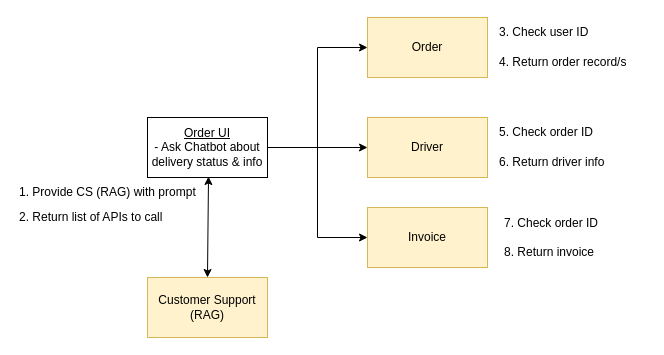
Above: diagrams/CustomerSupport.drawio in darkliyznyanlin910/esd-2425T2 (draw.io), before the change. Source tidied: cells renumbered, new cells numbered last; positions are measured from the earlier drawing's top-left corner, leaving out a move shared by most shapes. Both pictures are drawn from the tidied source at 100%, with x=0, y=0 at pixel (17, 17).
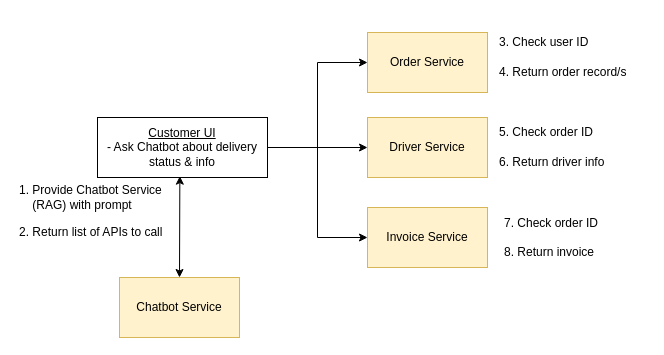
The same diagram, later.

What changed in the source:
```diff
@@
 <mxGraphModel>
   <root>
     <mxCell id="0" />
     <mxCell id="1" parent="0" />
     <mxCell id="2" style="edgeStyle=orthogonalEdgeStyle;rounded=0;jettySize=auto;html=1;exitX=1;exitY=0.5;exitDx=0;exitDy=0;entryX=0;entryY=0.5;entryDx=0;entryDy=0;" parent="1" edge="1" source="4" target="8">
       <mxGeometry relative="1" as="geometry" />
     </mxCell>
     <mxCell id="3" style="edgeStyle=orthogonalEdgeStyle;rounded=0;jettySize=auto;html=1;exitX=1;exitY=0.5;exitDx=0;exitDy=0;entryX=0;entryY=0.5;entryDx=0;entryDy=0;" parent="1" edge="1" source="4" target="9">
       <mxGeometry relative="1" as="geometry" />
     </mxCell>
-    <mxCell id="4" value="&lt;u&gt;&lt;span style=&quot;background-color: transparent; color: light-dark(rgb(0, 0, 0), rgb(255, 255, 255));&quot;&gt;Order UI&lt;/span&gt;&lt;br&gt;&lt;/u&gt;&lt;span style=&quot;background-color: transparent; color: light-dark(rgb(0, 0, 0), rgb(255, 255, 255));&quot;&gt;- Ask Chatbot about delivery status &amp;amp; info&lt;/span&gt;" style="rounded=0;whiteSpace=wrap;html=1;align=center;" parent="1" vertex="1">
-      <mxGeometry x="130" y="100" width="120" height="60" as="geometry" />
+    <mxCell id="4" value="&lt;u&gt;&lt;span style=&quot;background-color: transparent; color: light-dark(rgb(0, 0, 0), rgb(255, 255, 255));&quot;&gt;Customer UI&lt;/span&gt;&lt;br&gt;&lt;/u&gt;&lt;span style=&quot;background-color: transparent; color: light-dark(rgb(0, 0, 0), rgb(255, 255, 255));&quot;&gt;- Ask Chatbot about delivery status &amp;amp; info&lt;/span&gt;" style="rounded=0;whiteSpace=wrap;html=1;align=center;" parent="1" vertex="1">
+      <mxGeometry x="80" y="100" width="170" height="60" as="geometry" />
     </mxCell>
     <mxCell id="5" style="edgeStyle=orthogonalEdgeStyle;rounded=0;orthogonalLoop=1;jettySize=auto;html=1;exitX=0;exitY=0.5;exitDx=0;exitDy=0;entryX=0;entryY=0.5;entryDx=0;entryDy=0;" parent="1" edge="1" source="6" target="6">
       <mxGeometry relative="1" as="geometry" />
     </mxCell>
-    <mxCell id="6" value="Customer Support (RAG)" style="rounded=0;whiteSpace=wrap;html=1;fillColor=#fff2cc;strokeColor=#d6b656;" parent="1" vertex="1">
-      <mxGeometry x="130" y="260" width="120" height="60" as="geometry" />
+    <mxCell id="6" value="Chatbot Service" style="rounded=0;whiteSpace=wrap;html=1;fillColor=#fff2cc;strokeColor=#d6b656;" parent="1" vertex="1">
+      <mxGeometry x="102" y="260" width="120" height="60" as="geometry" />
     </mxCell>
     <mxCell id="7" style="endArrow=classic;startArrow=classic;html=1;rounded=0;exitX=0.5;exitY=0;exitDx=0;exitDy=0;entryX=0.955;entryY=-0.033;entryDx=0;entryDy=0;entryPerimeter=0;" parent="1" edge="1" source="6" target="10">
       <mxGeometry relative="1" as="geometry" />
     </mxCell>
-    <mxCell id="8" value="Order" style="rounded=0;whiteSpace=wrap;html=1;fillColor=#fff2cc;strokeColor=#d6b656;" parent="1" vertex="1">
-      <mxGeometry x="350" width="120" height="60" as="geometry" />
+    <mxCell id="8" value="Order Service" style="rounded=0;whiteSpace=wrap;html=1;fillColor=#fff2cc;strokeColor=#d6b656;" parent="1" vertex="1">
+      <mxGeometry x="350" y="15" width="120" height="60" as="geometry" />
     </mxCell>
-    <mxCell id="9" value="Driver" style="rounded=0;whiteSpace=wrap;html=1;fillColor=#fff2cc;strokeColor=#d6b656;" parent="1" vertex="1">
+    <mxCell id="9" value="Driver Service" style="rounded=0;whiteSpace=wrap;html=1;fillColor=#fff2cc;strokeColor=#d6b656;" parent="1" vertex="1">
       <mxGeometry x="350" y="100" width="120" height="60" as="geometry" />
     </mxCell>
-    <mxCell id="10" value="&lt;span style=&quot;background-color: transparent; color: light-dark(rgb(0, 0, 0), rgb(255, 255, 255));&quot;&gt;1. Provide CS (RAG) with prompt&lt;/span&gt;" style="text;html=1;align=left;verticalAlign=middle;points=[];strokeColor=none;fillColor=none;" parent="1" vertex="1">
-      <mxGeometry y="160" width="200" height="30" as="geometry" />
+    <mxCell id="10" value="&lt;span style=&quot;background-color: transparent; color: light-dark(rgb(0, 0, 0), rgb(255, 255, 255));&quot;&gt;1. Provide Chatbot Service &lt;br&gt;&amp;nbsp; &amp;nbsp; (RAG) with prompt&lt;/span&gt;" style="text;html=1;align=left;verticalAlign=middle;points=[];strokeColor=none;fillColor=none;" parent="1" vertex="1">
+      <mxGeometry y="160" width="170" height="40" as="geometry" />
     </mxCell>
     <mxCell id="11" value="3. Check user ID" style="text;html=1;align=left;verticalAlign=middle;strokeColor=none;fillColor=none;" parent="1" vertex="1">
-      <mxGeometry x="480" width="110" height="30" as="geometry" />
+      <mxGeometry x="480" y="10" width="110" height="30" as="geometry" />
     </mxCell>
     <mxCell id="12" value="4. Return order record/s" style="text;html=1;align=left;verticalAlign=middle;strokeColor=none;fillColor=none;" parent="1" vertex="1">
-      <mxGeometry x="480" y="30" width="150" height="30" as="geometry" />
+      <mxGeometry x="480" y="40" width="150" height="30" as="geometry" />
     </mxCell>
     <mxCell id="13" value="5. Check order ID" style="text;html=1;align=left;verticalAlign=middle;strokeColor=none;fillColor=none;" parent="1" vertex="1">
       <mxGeometry x="480" y="100" width="120" height="30" as="geometry" />
     </mxCell>
     <mxCell id="14" value="6. Return driver info" style="text;html=1;align=left;verticalAlign=middle;strokeColor=none;fillColor=none;" parent="1" vertex="1">
       <mxGeometry x="480" y="130" width="130" height="30" as="geometry" />
     </mxCell>
     <mxCell id="15" value="&lt;span style=&quot;background-color: transparent; color: light-dark(rgb(0, 0, 0), rgb(255, 255, 255));&quot;&gt;2. Return list of APIs to call&lt;/span&gt;" style="text;html=1;align=left;verticalAlign=middle;strokeColor=none;fillColor=none;" parent="1" vertex="1">
-      <mxGeometry y="185" width="170" height="30" as="geometry" />
+      <mxGeometry y="200" width="170" height="30" as="geometry" />
     </mxCell>
-    <mxCell id="16" value="Invoice" style="rounded=0;whiteSpace=wrap;html=1;fillColor=#fff2cc;strokeColor=#d6b656;" parent="1" vertex="1">
+    <mxCell id="16" value="Invoice Service" style="rounded=0;whiteSpace=wrap;html=1;fillColor=#fff2cc;strokeColor=#d6b656;" parent="1" vertex="1">
       <mxGeometry x="350" y="190" width="120" height="60" as="geometry" />
     </mxCell>
     <mxCell id="17" value="7. Check order ID&lt;div&gt;&lt;font color=&quot;#000000&quot;&gt;&lt;br&gt;&lt;/font&gt;&lt;div&gt;8. Return invoice&lt;/div&gt;&lt;/div&gt;" style="text;html=1;align=left;verticalAlign=middle;strokeColor=none;fillColor=none;" parent="1" vertex="1">
       <mxGeometry x="485" y="190" width="120" height="60" as="geometry" />
     </mxCell>
     <mxCell id="18" style="edgeStyle=orthogonalEdgeStyle;rounded=0;jettySize=auto;html=1;exitX=1;exitY=0.5;exitDx=0;exitDy=0;entryX=0;entryY=0.5;entryDx=0;entryDy=0;" parent="1" edge="1" source="4" target="16">
       <mxGeometry relative="1" as="geometry" />
     </mxCell>
   </root>
 </mxGraphModel>
```
